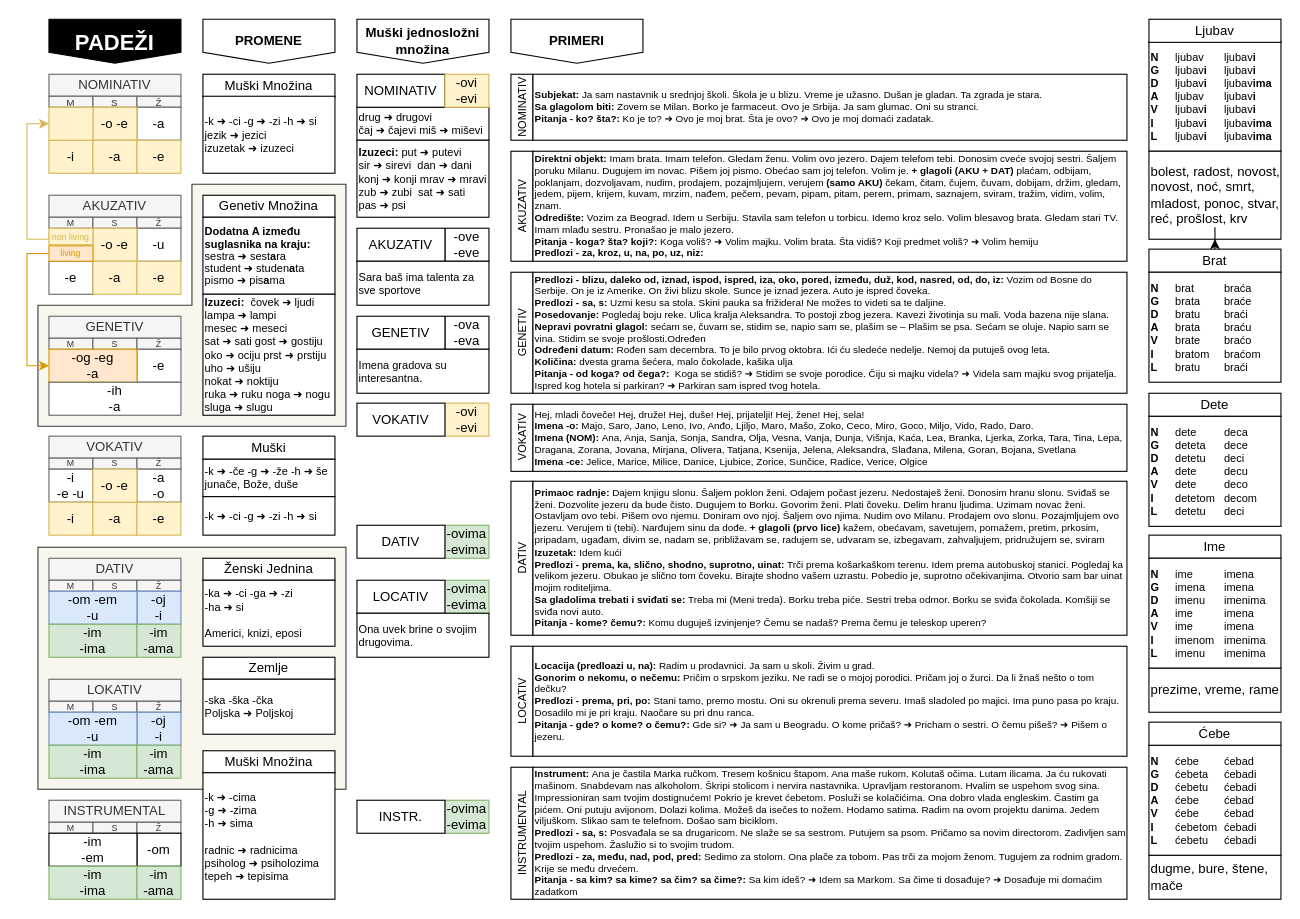
This is padezi.drawio from vlandivir/srpski, a draw.io file, before an edit. Source tidied: cells renumbered, new cells numbered last; positions are measured from the earlier drawing's top-left corner, leaving out a move shared by most shapes. Both pictures are drawn from the tidied source at 110%, with x=0, y=0 at pixel (26, 19).
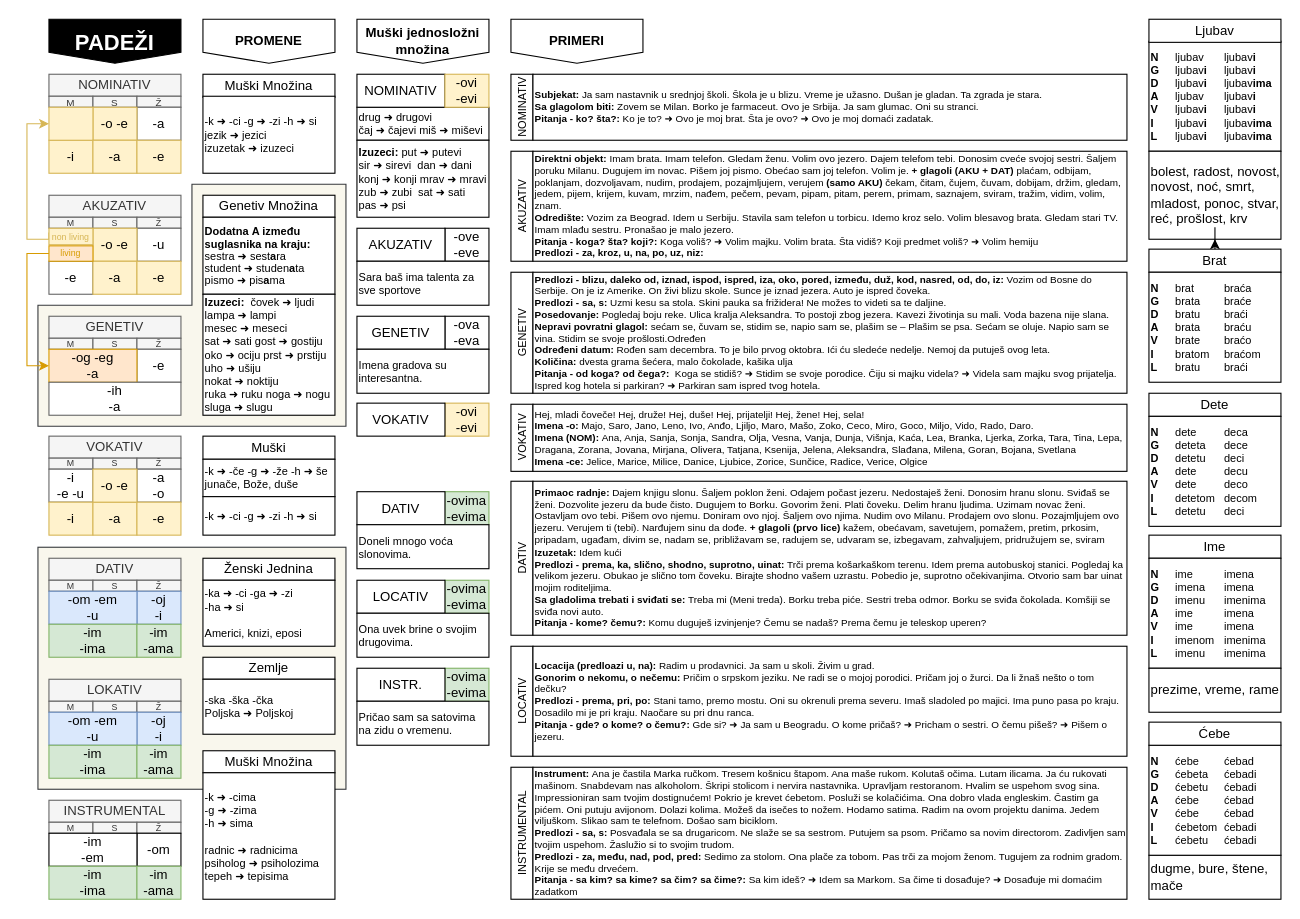
After the change.

Commit message:
Neki primeri

Change to the diagram source:
```diff
@@
     <mxCell id="73" value="-ovima&lt;br&gt;-evima" style="rounded=0;whiteSpace=wrap;html=1;fillColor=#d5e8d4;strokeColor=#82b366;" parent="1" vertex="1">
-      <mxGeometry x="380" y="460" width="40" height="30" as="geometry" />
+      <mxGeometry x="380" y="429.5" width="40" height="30" as="geometry" />
     </mxCell>
@@
     <mxCell id="75" value="-ovima&lt;br&gt;-evima" style="rounded=0;whiteSpace=wrap;html=1;fillColor=#d5e8d4;strokeColor=#82b366;" parent="1" vertex="1">
-      <mxGeometry x="380" y="710" width="40" height="30" as="geometry" />
+      <mxGeometry x="380" y="590" width="40" height="30" as="geometry" />
     </mxCell>
@@
     <mxCell id="114" value="DATIV" style="rounded=0;whiteSpace=wrap;html=1;" parent="1" vertex="1">
-      <mxGeometry x="300" y="460" width="80" height="30" as="geometry" />
+      <mxGeometry x="300" y="429.5" width="80" height="30" as="geometry" />
     </mxCell>
@@
     <mxCell id="116" value="INSTR." style="rounded=0;whiteSpace=wrap;html=1;" parent="1" vertex="1">
-      <mxGeometry x="300" y="710" width="80" height="30" as="geometry" />
+      <mxGeometry x="300" y="590" width="80" height="30" as="geometry" />
     </mxCell>
@@
+    <mxCell id="133" value="Doneli mnogo voća slonovima." style="rounded=0;whiteSpace=wrap;html=1;align=left;fontSize=10;" parent="1" vertex="1">
+      <mxGeometry x="300" y="459.5" width="120" height="40" as="geometry" />
+    </mxCell>
+    <mxCell id="134" value="Pričao sam sa satovima na zidu o vremenu." style="rounded=0;whiteSpace=wrap;html=1;align=left;fontSize=10;" parent="1" vertex="1">
+      <mxGeometry x="300" y="620" width="120" height="40" as="geometry" />
+    </mxCell>
```
